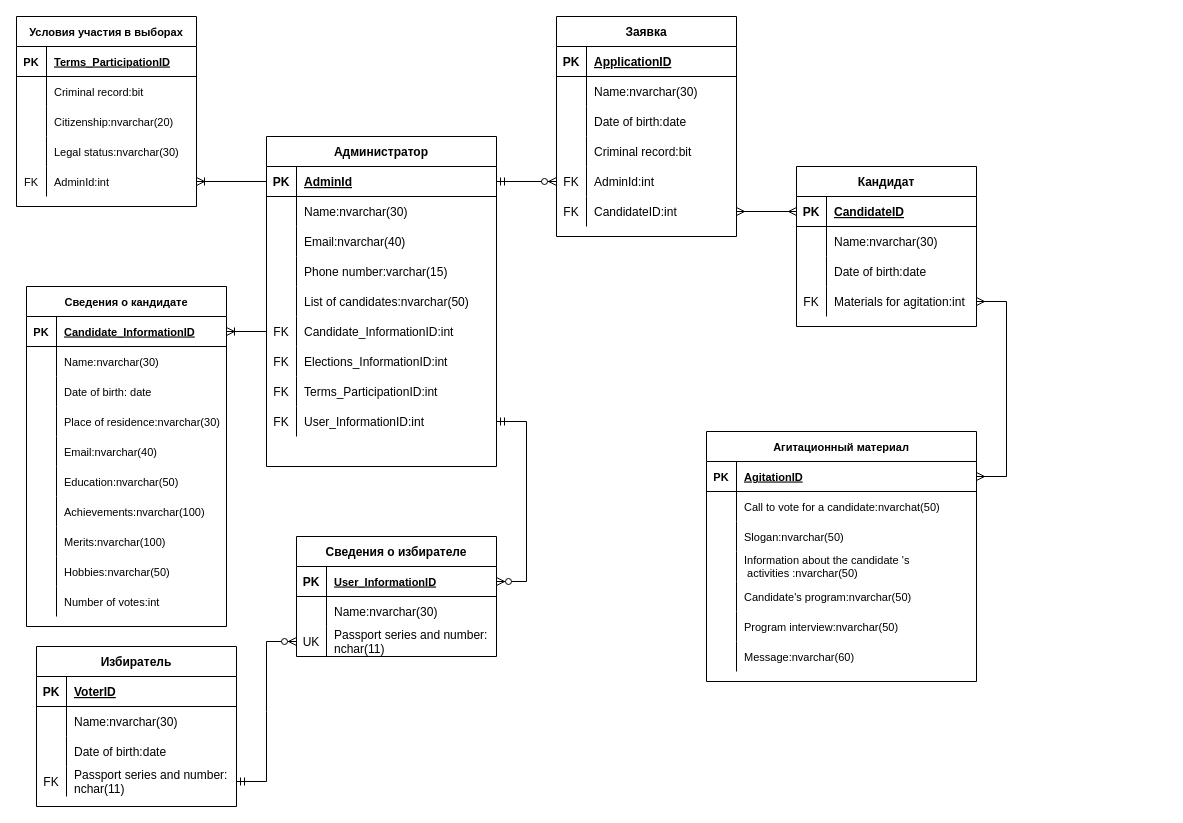
Above: ER Diagram.drawio in aleksey899/Inter.MixAN (draw.io), before the change. Source tidied: cells renumbered, new cells numbered last; positions are measured from the earlier drawing's top-left corner, leaving out a move shared by most shapes. Both pictures are drawn from the tidied source at 100%, with x=0, y=0 at pixel (16, 16).
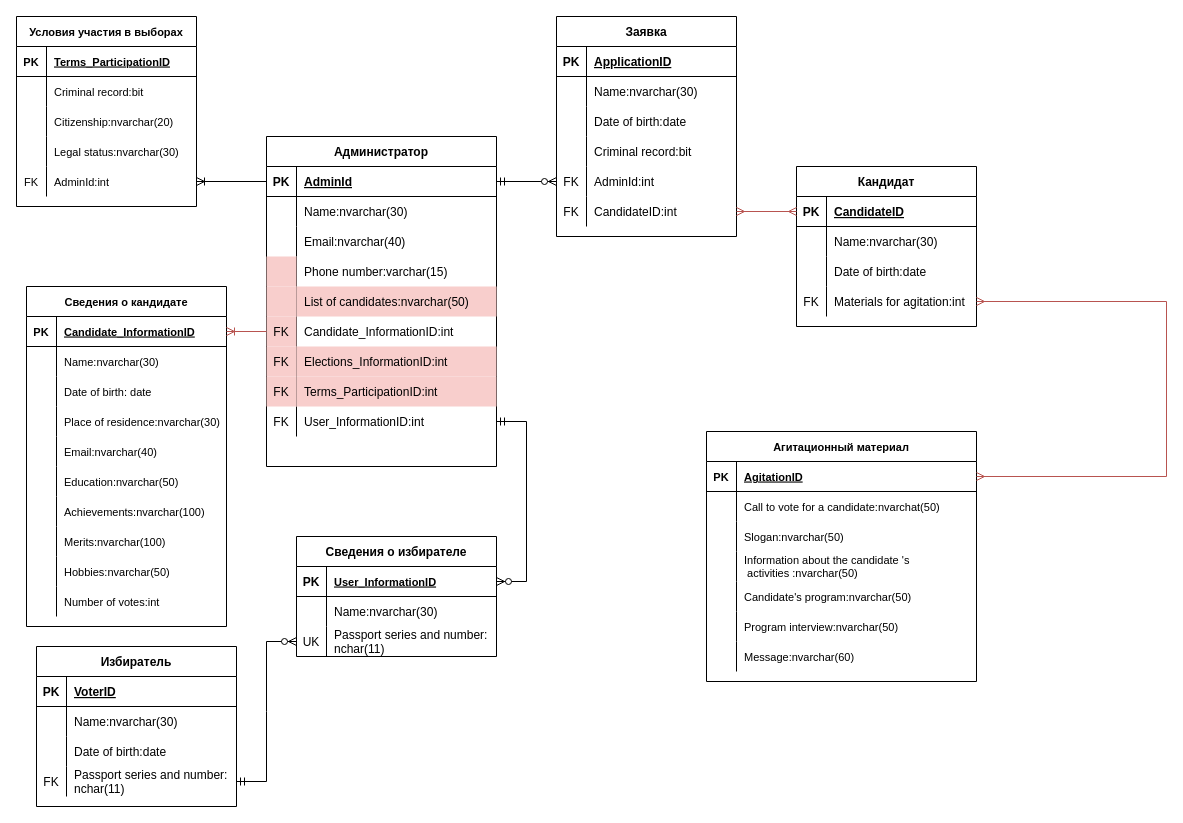
Above is the later version.

The change refers to these unchanged cells:
```xml
<mxCell id="13" style="shape=partialRectangle;fillColor=none;top=0;left=0;bottom=1;right=0;points=[[0,0.5],[1,0.5]];portConstraint=eastwest;shadow=0;sketch=0;fontSize=11;strokeWidth=1;" parent="12" vertex="1">
  <mxGeometry y="30" width="200" height="30" as="geometry" />
</mxCell>
<mxCell id="60" style="shape=partialRectangle;fillColor=none;top=0;left=0;bottom=1;right=0;points=[[0,0.5],[1,0.5]];portConstraint=eastwest;shadow=0;sketch=0;fontSize=11;strokeWidth=1;" parent="59" vertex="1">
  <mxGeometry y="30" width="270" height="30" as="geometry" />
</mxCell>
<mxCell id="82" style="shape=partialRectangle;fillColor=none;top=0;left=0;bottom=1;right=0;points=[[0,0.5],[1,0.5]];portConstraint=eastwest;" parent="81" vertex="1">
  <mxGeometry y="30" width="180" height="30" as="geometry" />
</mxCell>
<mxCell id="91" style="shape=partialRectangle;fillColor=none;top=0;left=0;bottom=0;right=0;points=[[0,0.5],[1,0.5]];portConstraint=eastwest;" parent="81" vertex="1">
  <mxGeometry y="120" width="180" height="30" as="geometry" />
</mxCell>
<mxCell id="117" style="shape=partialRectangle;fillColor=none;top=0;left=0;bottom=0;right=0;" parent="107" vertex="1">
  <mxGeometry y="120" width="230" height="30" as="geometry" />
</mxCell>
<mxCell id="120" style="shape=partialRectangle;fillColor=none;top=0;left=0;bottom=0;right=0;" parent="107" vertex="1">
  <mxGeometry y="150" width="230" height="30" as="geometry" />
</mxCell>
<mxCell id="123" style="shape=partialRectangle;fillColor=none;top=0;left=0;bottom=0;right=0;points=[[0,0.5],[1,0.5]];portConstraint=eastwest;" parent="107" vertex="1">
  <mxGeometry y="180" width="230" height="30" as="geometry" />
</mxCell>
<mxCell id="126" style="shape=partialRectangle;fillColor=none;top=0;left=0;bottom=0;right=0;" parent="107" vertex="1">
  <mxGeometry y="210" width="230" height="30" as="geometry" />
</mxCell>
<mxCell id="129" style="shape=partialRectangle;fillColor=none;top=0;left=0;bottom=0;right=0;" parent="107" vertex="1">
  <mxGeometry y="240" width="230" height="30" as="geometry" />
</mxCell>
<mxCell id="153" style="shape=partialRectangle;fillColor=none;top=0;left=0;bottom=0;right=0;points=[[0,0.5],[1,0.5]];portConstraint=eastwest;" parent="137" vertex="1">
  <mxGeometry y="180" width="180" height="30" as="geometry" />
</mxCell>
```

Change to the diagram source:
```diff
@@
-    <mxCell id="118" style="shape=partialRectangle;fillColor=none;top=0;left=0;bottom=0;right=0;overflow=hidden;" parent="117" vertex="1">
+    <mxCell id="118" style="shape=partialRectangle;fillColor=#f8cecc;top=0;left=0;bottom=0;right=0;overflow=hidden;strokeColor=#b85450;" parent="117" vertex="1">
       <mxGeometry width="30" height="30" as="geometry" />
     </mxCell>
@@
-    <mxCell id="121" style="shape=partialRectangle;fillColor=none;top=0;left=0;bottom=0;right=0;overflow=hidden;" parent="120" vertex="1">
+    <mxCell id="121" style="shape=partialRectangle;fillColor=#f8cecc;top=0;left=0;bottom=0;right=0;overflow=hidden;strokeColor=#b85450;" parent="120" vertex="1">
       <mxGeometry width="30" height="30" as="geometry" />
     </mxCell>
-    <mxCell id="122" value="List of candidates:nvarchar(50)" style="shape=partialRectangle;fillColor=none;top=0;left=0;bottom=0;right=0;align=left;spacingLeft=6;overflow=hidden;" parent="120" vertex="1">
+    <mxCell id="122" value="List of candidates:nvarchar(50)" style="shape=partialRectangle;fillColor=#f8cecc;top=0;left=0;bottom=0;right=0;align=left;spacingLeft=6;overflow=hidden;strokeColor=#b85450;" parent="120" vertex="1">
       <mxGeometry x="30" width="200" height="30" as="geometry" />
     </mxCell>
@@
-    <mxCell id="124" value="FK" style="shape=partialRectangle;fillColor=none;top=0;left=0;bottom=0;right=0;overflow=hidden;" parent="123" vertex="1">
+    <mxCell id="124" value="FK" style="shape=partialRectangle;fillColor=#f8cecc;top=0;left=0;bottom=0;right=0;overflow=hidden;strokeColor=#b85450;" parent="123" vertex="1">
       <mxGeometry width="30" height="30" as="geometry" />
     </mxCell>
@@
-    <mxCell id="127" value="FK" style="shape=partialRectangle;fillColor=none;top=0;left=0;bottom=0;right=0;overflow=hidden;" parent="126" vertex="1">
+    <mxCell id="127" value="FK" style="shape=partialRectangle;fillColor=#f8cecc;top=0;left=0;bottom=0;right=0;overflow=hidden;strokeColor=#b85450;" parent="126" vertex="1">
       <mxGeometry width="30" height="30" as="geometry" />
     </mxCell>
-    <mxCell id="128" value="Elections_InformationID:int" style="shape=partialRectangle;fillColor=none;top=0;left=0;bottom=0;right=0;align=left;spacingLeft=6;overflow=hidden;" parent="126" vertex="1">
+    <mxCell id="128" value="Elections_InformationID:int" style="shape=partialRectangle;fillColor=#f8cecc;top=0;left=0;bottom=0;right=0;align=left;spacingLeft=6;overflow=hidden;strokeColor=#b85450;" parent="126" vertex="1">
       <mxGeometry x="30" width="200" height="30" as="geometry" />
     </mxCell>
@@
-    <mxCell id="130" value="FK" style="shape=partialRectangle;fillColor=none;top=0;left=0;bottom=0;right=0;overflow=hidden;" parent="129" vertex="1">
+    <mxCell id="130" value="FK" style="shape=partialRectangle;fillColor=#f8cecc;top=0;left=0;bottom=0;right=0;overflow=hidden;strokeColor=#b85450;" parent="129" vertex="1">
       <mxGeometry width="30" height="30" as="geometry" />
     </mxCell>
-    <mxCell id="131" value="Terms_ParticipationID:int" style="shape=partialRectangle;fillColor=none;top=0;left=0;bottom=0;right=0;align=left;spacingLeft=6;overflow=hidden;" parent="129" vertex="1">
+    <mxCell id="131" value="Terms_ParticipationID:int" style="shape=partialRectangle;fillColor=#f8cecc;top=0;left=0;bottom=0;right=0;align=left;spacingLeft=6;overflow=hidden;strokeColor=#b85450;" parent="129" vertex="1">
       <mxGeometry x="30" width="200" height="30" as="geometry" />
     </mxCell>
@@
-    <mxCell id="156" style="edgeStyle=entityRelationEdgeStyle;fontSize=12;html=1;endArrow=ERmany;startArrow=ERmany;rounded=0;jumpStyle=arc;jumpSize=11;exitX=1;exitY=0.5;exitDx=0;exitDy=0;" parent="1" edge="1" source="91" target="60">
-      <mxGeometry relative="1" as="geometry" />
+    <mxCell id="156" style="edgeStyle=orthogonalEdgeStyle;fontSize=12;html=1;endArrow=ERmany;startArrow=ERmany;rounded=0;jumpStyle=arc;jumpSize=11;exitX=1;exitY=0.5;exitDx=0;exitDy=0;fillColor=#f8cecc;strokeColor=#b85450;" parent="1" edge="1" source="91" target="60">
+      <mxGeometry relative="1" as="geometry">
+        <Array as="points">
+          <mxPoint x="1150" y="285" />
+          <mxPoint x="1150" y="460" />
+        </Array>
+      </mxGeometry>
     </mxCell>
@@
-    <mxCell id="159" style="edgeStyle=entityRelationEdgeStyle;fontSize=12;html=1;endArrow=ERoneToMany;rounded=0;jumpStyle=arc;jumpSize=11;exitX=0;exitY=0.5;exitDx=0;exitDy=0;entryX=1;entryY=0.5;entryDx=0;entryDy=0;" parent="1" edge="1" source="123" target="13">
+    <mxCell id="159" style="edgeStyle=entityRelationEdgeStyle;fontSize=12;html=1;endArrow=ERoneToMany;rounded=0;jumpStyle=arc;jumpSize=11;exitX=0;exitY=0.5;exitDx=0;exitDy=0;entryX=1;entryY=0.5;entryDx=0;entryDy=0;fillColor=#f8cecc;strokeColor=#b85450;" parent="1" edge="1" source="123" target="13">
       <mxGeometry relative="1" as="geometry" />
     </mxCell>
-    <mxCell id="160" style="edgeStyle=entityRelationEdgeStyle;fontSize=12;html=1;endArrow=ERmany;startArrow=ERmany;rounded=0;jumpStyle=arc;jumpSize=11;entryX=0;entryY=0.5;entryDx=0;entryDy=0;exitX=1;exitY=0.5;exitDx=0;exitDy=0;" parent="1" edge="1" source="153" target="82">
+    <mxCell id="160" style="edgeStyle=entityRelationEdgeStyle;fontSize=12;html=1;endArrow=ERmany;startArrow=ERmany;rounded=0;jumpStyle=arc;jumpSize=11;entryX=0;entryY=0.5;entryDx=0;entryDy=0;exitX=1;exitY=0.5;exitDx=0;exitDy=0;fillColor=#f8cecc;strokeColor=#b85450;" parent="1" edge="1" source="153" target="82">
       <mxGeometry relative="1" as="geometry" />
     </mxCell>
```
